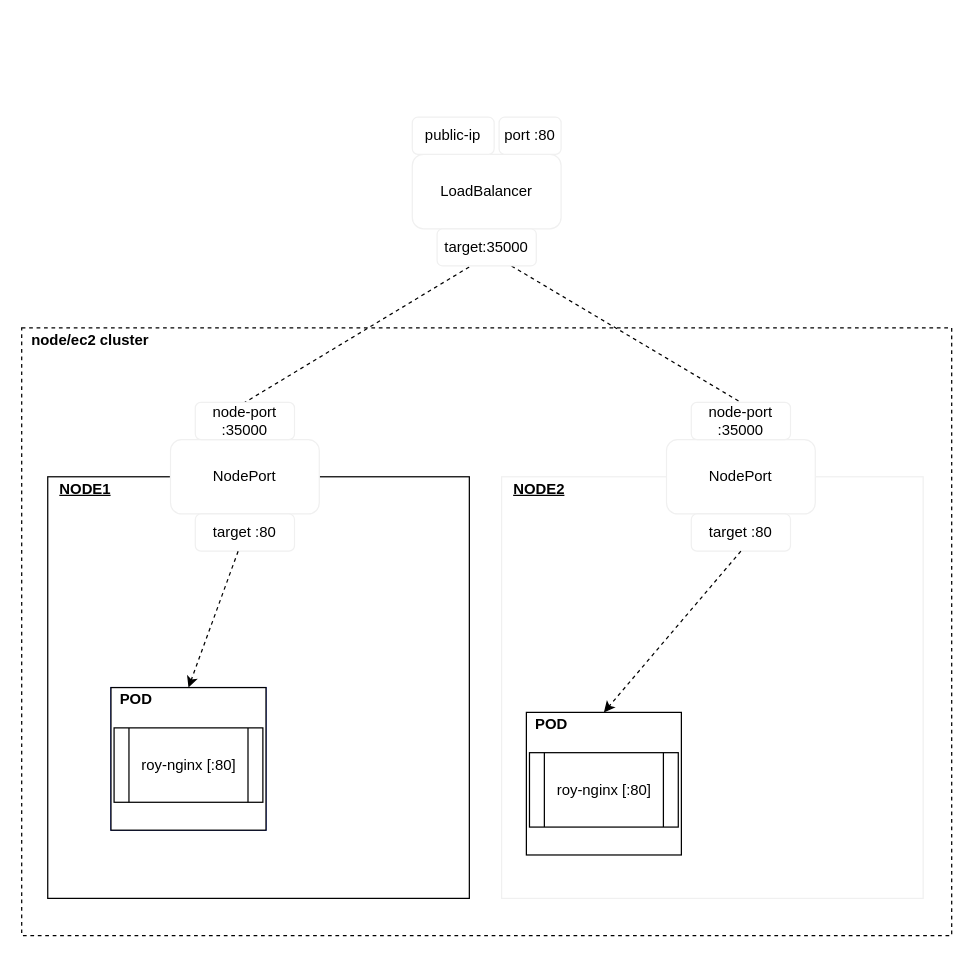
Above: services/load-balancer.drawio in roylee0704/hello-k8 (draw.io), before the change. Source tidied: cells renumbered, new cells numbered last; positions are measured from the earlier drawing's top-left corner, leaving out a move shared by most shapes. Both pictures are drawn from the tidied source at 124%, with x=0, y=0 at pixel (21, 117).
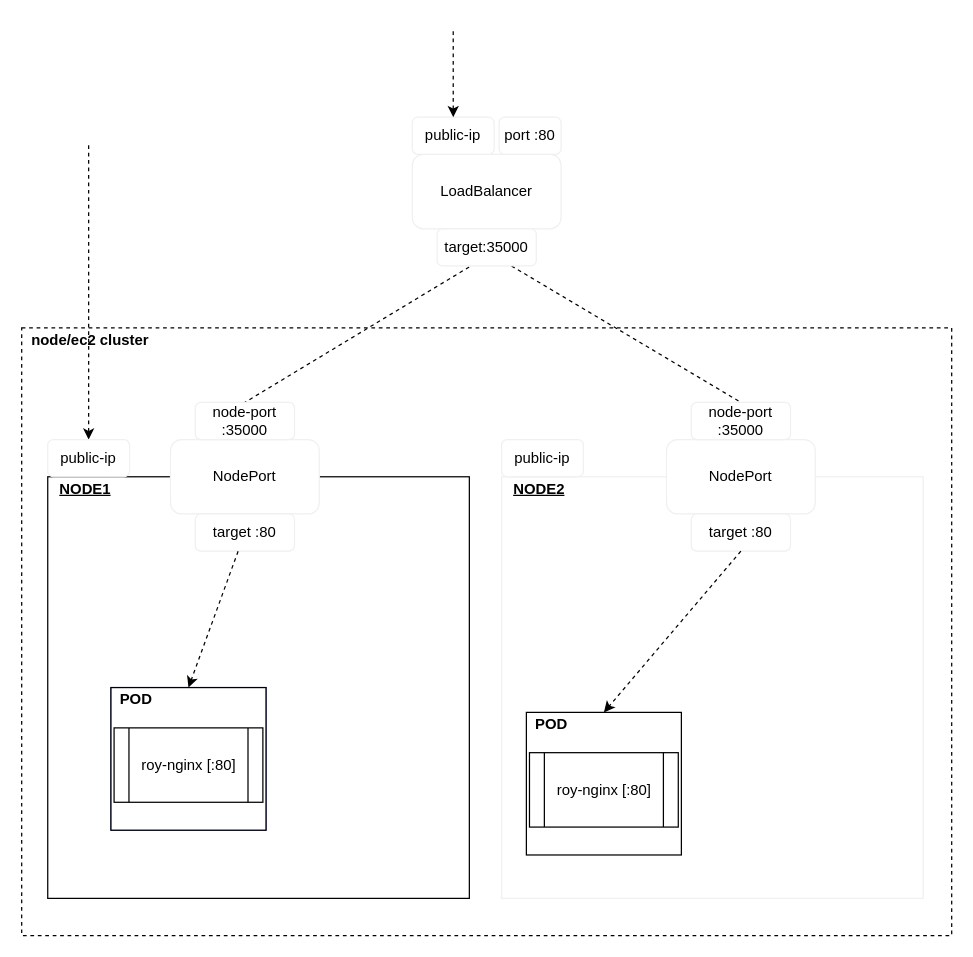
The same page after the edit.

Unchanged cells that the change refers to:
```xml
<mxCell id="34" value="public-ip" style="rounded=1;whiteSpace=wrap;html=1;strokeColor=#F0F0F0;" parent="29" vertex="1">
  <mxGeometry width="66" height="30" as="geometry" />
</mxCell>
```

What changed in the source:
```diff
@@
+    <mxCell id="35" value="public-ip" style="rounded=1;whiteSpace=wrap;html=1;strokeColor=#F0F0F0;" parent="1" vertex="1">
+      <mxGeometry x="387" y="260" width="66" height="30" as="geometry" />
+    </mxCell>
+    <mxCell id="36" style="rounded=0;jettySize=auto;html=1;exitX=0.5;exitY=0;exitDx=0;exitDy=0;dashed=1;startArrow=classic;startFill=1;endArrow=none;endFill=0;" parent="1" edge="1" source="37">
+      <mxGeometry relative="1" as="geometry">
+        <mxPoint x="54" y="20" as="targetPoint" />
+      </mxGeometry>
+    </mxCell>
+    <mxCell id="37" value="public-ip" style="rounded=1;whiteSpace=wrap;html=1;strokeColor=#F0F0F0;" parent="1" vertex="1">
+      <mxGeometry x="21" y="260" width="66" height="30" as="geometry" />
+    </mxCell>
+    <mxCell id="38" style="edgeStyle=orthogonalEdgeStyle;rounded=0;jettySize=auto;html=1;dashed=1;endArrow=none;endFill=0;startArrow=classic;startFill=1;" parent="1" edge="1" source="34">
+      <mxGeometry relative="1" as="geometry">
+        <mxPoint x="348" y="-70" as="targetPoint" />
+      </mxGeometry>
+    </mxCell>
```
